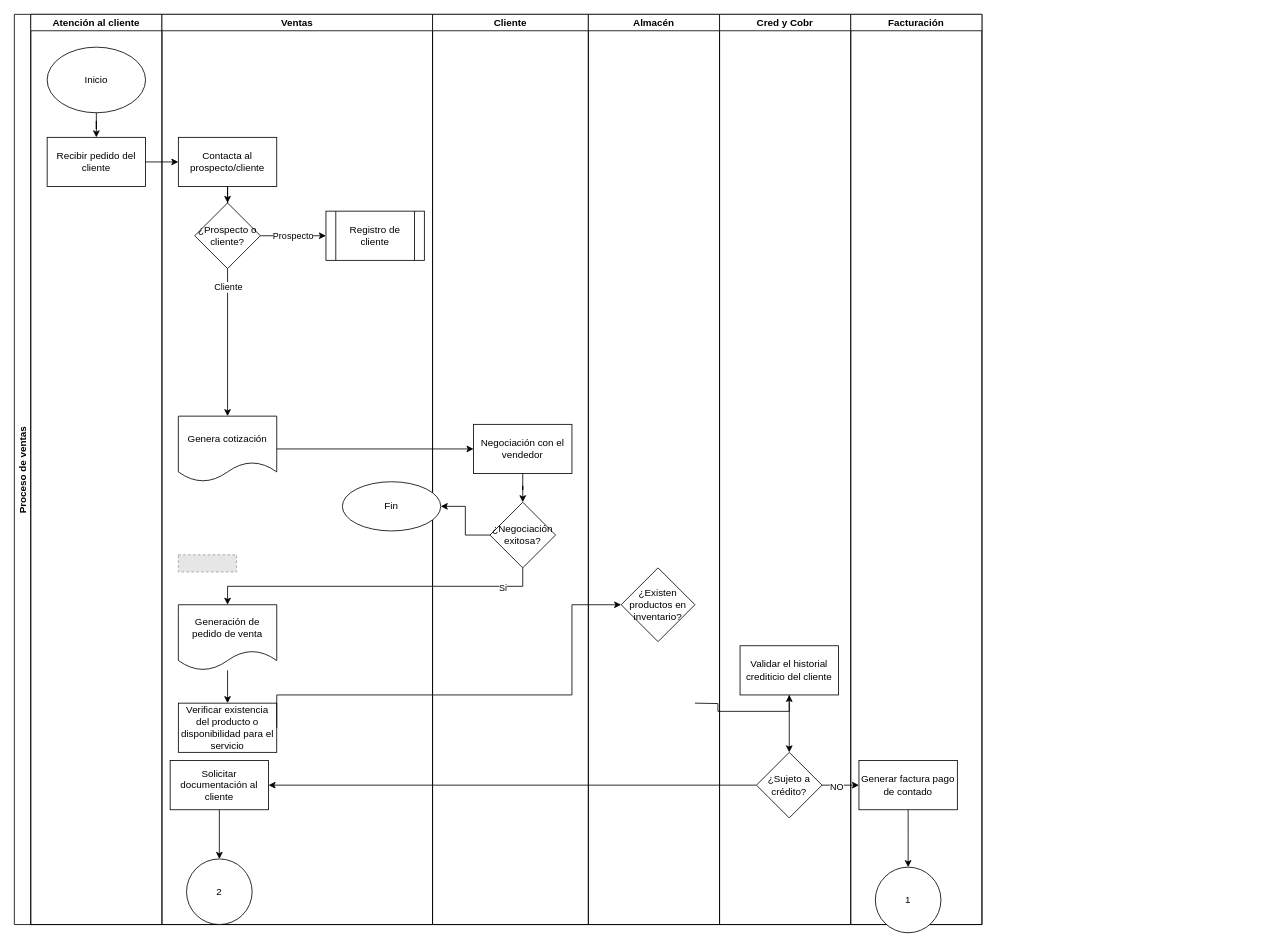
This is page "Page-1" (1 of 2) of 172285_Arandia_Proceso ventas (adaptado).drawio.drawio from FerAran/Flowchart, a draw.io file, before an edit. Source tidied: cells renumbered, new cells numbered last; positions are measured from the earlier drawing's top-left corner, leaving out a move shared by most shapes. Both pictures are drawn from the tidied source at 82%, with x=0, y=0 at pixel (14, 14). Pictures stored in the file or linked from it are replaced by grey dashed boxes.
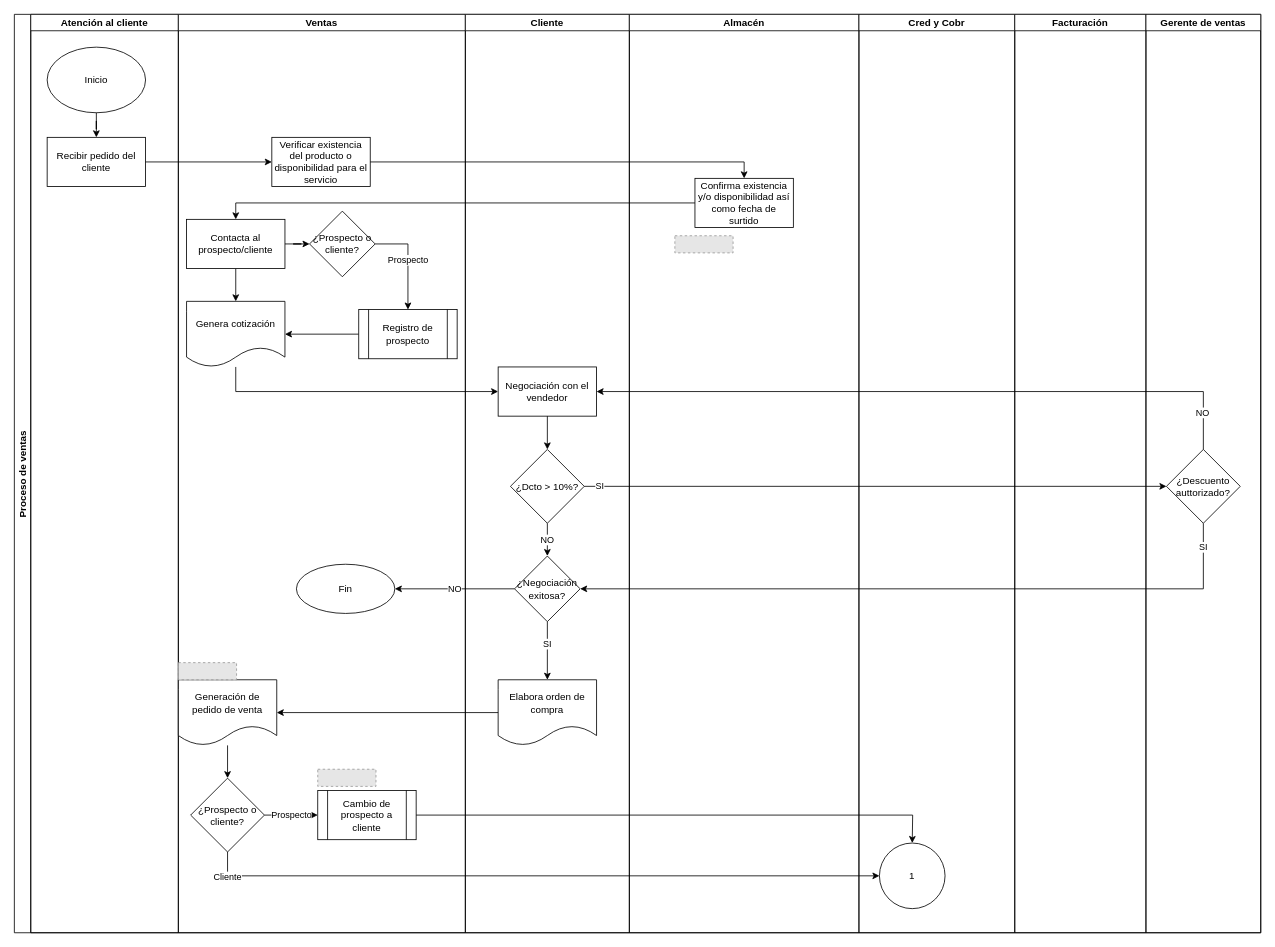
The same page after the edit.

Unchanged cells that the change refers to:
```xml
<mxCell id="5" value="Recibir pedido del cliente" style="whiteSpace=wrap;html=1;" parent="3" vertex="1">
  <mxGeometry x="20" y="150" width="120" height="60" as="geometry" />
</mxCell>
```

Change to the diagram source:
```diff
@@
     <mxCell id="2" value="Proceso de ventas" style="swimlane;startSize=20;horizontal=0;" parent="1" vertex="1">
-      <mxGeometry width="1180" height="1110" as="geometry" />
+      <mxGeometry width="1520" height="1120" as="geometry" />
     </mxCell>
     <mxCell id="3" value="Atención al cliente" style="swimlane;startSize=20;" parent="2" vertex="1">
-      <mxGeometry x="20" width="160" height="1110" as="geometry" />
+      <mxGeometry x="20" width="180" height="1120" as="geometry" />
     </mxCell>
@@
     <mxCell id="7" value="Ventas" style="swimlane;startSize=20;" parent="2" vertex="1">
-      <mxGeometry x="180" width="330" height="1110" as="geometry" />
+      <mxGeometry x="200" width="350" height="1120" as="geometry" />
     </mxCell>
-    <mxCell id="8" value="Contacta al prospecto/cliente" style="whiteSpace=wrap;html=1;" parent="7" vertex="1">
-      <mxGeometry x="20" y="150" width="120" height="60" as="geometry" />
-    </mxCell>
     <mxCell id="9" value="Genera cotización" style="shape=document;whiteSpace=wrap;html=1;boundedLbl=1;" parent="7" vertex="1">
-      <mxGeometry x="20" y="490" width="120" height="80" as="geometry" />
+      <mxGeometry x="10" y="350" width="120" height="80" as="geometry" />
     </mxCell>
-    <mxCell id="10" style="edgeStyle=orthogonalEdgeStyle;rounded=0;jettySize=auto;html=1;" parent="7" edge="1" source="11" target="22">
-      <mxGeometry relative="1" as="geometry" />
-    </mxCell>
+    <mxCell id="48" style="edgeStyle=orthogonalEdgeStyle;rounded=0;jettySize=auto;html=1;" parent="7" edge="1" source="11" target="52">
+      <mxGeometry relative="1" as="geometry" />
+    </mxCell>
     <mxCell id="11" value="Generación de pedido de venta" style="shape=document;whiteSpace=wrap;html=1;boundedLbl=1;" parent="7" vertex="1">
-      <mxGeometry x="20" y="720" width="120" height="80" as="geometry" />
+      <mxGeometry y="811.5" width="120" height="80" as="geometry" />
     </mxCell>
-    <mxCell id="12" style="edgeStyle=orthogonalEdgeStyle;rounded=0;jettySize=auto;html=1;" parent="7" edge="1" source="13" target="14">
-      <mxGeometry relative="1" as="geometry" />
-    </mxCell>
-    <mxCell id="13" value="Solicitar documentación al cliente" style="whiteSpace=wrap;html=1;" parent="7" vertex="1">
-      <mxGeometry x="10" y="910" width="120" height="60" as="geometry" />
-    </mxCell>
-    <mxCell id="14" value="2" style="ellipse;whiteSpace=wrap;html=1;" parent="7" vertex="1">
-      <mxGeometry x="30" y="1030" width="80" height="80" as="geometry" />
-    </mxCell>
-    <mxCell id="15" style="edgeStyle=orthogonalEdgeStyle;rounded=0;jettySize=auto;html=1;exitX=0.5;exitY=1;exitDx=0;exitDy=0;" parent="7" edge="1" source="17" target="9">
-      <mxGeometry relative="1" as="geometry" />
-    </mxCell>
-    <mxCell id="16" value="Cliente" style="edgeLabel;html=1;align=center;verticalAlign=middle;" parent="15" vertex="1">
-      <mxGeometry x="-0.76" relative="1" as="geometry" />
-    </mxCell>
     <mxCell id="17" value="¿Prospecto o cliente?" style="rhombus;whiteSpace=wrap;html=1;" parent="7" vertex="1">
-      <mxGeometry x="40" y="230" width="80" height="80" as="geometry" />
+      <mxGeometry x="160" y="240" width="80" height="80" as="geometry" />
     </mxCell>
-    <mxCell id="18" style="edgeStyle=orthogonalEdgeStyle;rounded=0;jettySize=auto;html=1;" parent="7" edge="1" source="8" target="17">
-      <mxGeometry relative="1" as="geometry" />
-    </mxCell>
+    <mxCell id="49" style="edgeStyle=orthogonalEdgeStyle;rounded=0;jettySize=auto;html=1;" parent="7" edge="1" source="19" target="9">
+      <mxGeometry relative="1" as="geometry" />
+    </mxCell>
-    <mxCell id="19" value="Registro de cliente" style="shape=process;whiteSpace=wrap;html=1;backgroundOutline=1;" parent="7" vertex="1">
-      <mxGeometry x="200" y="240" width="120" height="60" as="geometry" />
+    <mxCell id="19" value="Registro de prospecto" style="shape=process;whiteSpace=wrap;html=1;backgroundOutline=1;" parent="7" vertex="1">
+      <mxGeometry x="220" y="360" width="120" height="60" as="geometry" />
     </mxCell>
@@
     <mxCell id="21" style="fillColor=#E6E6E6;strokeColor=#999999;dashed=1;verticalLabelPosition=bottom;labelBackgroundColor=default;verticalAlign=top;" parent="7" vertex="1">
-      <mxGeometry x="20" y="659.1" width="71" height="20.9" as="geometry" />
+      <mxGeometry x="170" y="920.6" width="71" height="20.9" as="geometry" />
     </mxCell>
+    <mxCell id="18" style="edgeStyle=orthogonalEdgeStyle;rounded=0;jettySize=auto;html=1;" parent="7" edge="1" source="8" target="17">
+      <mxGeometry relative="1" as="geometry" />
+    </mxCell>
+    <mxCell id="50" style="edgeStyle=orthogonalEdgeStyle;rounded=0;jettySize=auto;html=1;" parent="7" edge="1" source="8" target="9">
+      <mxGeometry relative="1" as="geometry" />
+    </mxCell>
+    <mxCell id="8" value="Contacta al prospecto/cliente" style="whiteSpace=wrap;html=1;" parent="7" vertex="1">
+      <mxGeometry x="10" y="250" width="120" height="60" as="geometry" />
+    </mxCell>
     <mxCell id="22" value="Verificar existencia del producto o disponibilidad para el servicio" style="whiteSpace=wrap;html=1;" parent="7" vertex="1">
-      <mxGeometry x="20" y="840" width="120" height="60" as="geometry" />
+      <mxGeometry x="114" y="150" width="120" height="60" as="geometry" />
     </mxCell>
+    <mxCell id="47" value="Fin" style="ellipse;whiteSpace=wrap;html=1;" parent="7" vertex="1">
+      <mxGeometry x="144" y="670.6" width="120" height="60" as="geometry" />
+    </mxCell>
+    <mxCell id="51" value="Prospecto" style="edgeStyle=orthogonalEdgeStyle;rounded=0;jettySize=auto;html=1;" parent="7" edge="1" source="52" target="53">
+      <mxGeometry relative="1" as="geometry" />
+    </mxCell>
+    <mxCell id="52" value="¿Prospecto o cliente?" style="rhombus;whiteSpace=wrap;html=1;" parent="7" vertex="1">
+      <mxGeometry x="15" y="931.5" width="90" height="90" as="geometry" />
+    </mxCell>
+    <mxCell id="53" value="Cambio de prospecto a cliente" style="shape=process;whiteSpace=wrap;html=1;backgroundOutline=1;" parent="7" vertex="1">
+      <mxGeometry x="170" y="946.5" width="120" height="60" as="geometry" />
+    </mxCell>
+    <mxCell id="54" style="fillColor=#E6E6E6;strokeColor=#999999;dashed=1;verticalLabelPosition=bottom;labelBackgroundColor=default;verticalAlign=top;" parent="7" vertex="1">
+      <mxGeometry y="790.6" width="71" height="20.9" as="geometry" />
+    </mxCell>
     <mxCell id="23" value="Cliente" style="swimlane;startSize=20;" parent="2" vertex="1">
-      <mxGeometry x="510" width="190" height="1110" as="geometry" />
+      <mxGeometry x="550" width="200" height="1120" as="geometry" />
     </mxCell>
     <mxCell id="24" value="Negociación con el vendedor" style="whiteSpace=wrap;html=1;" parent="23" vertex="1">
-      <mxGeometry x="50" y="500" width="120" height="60" as="geometry" />
+      <mxGeometry x="40" y="430" width="120" height="60" as="geometry" />
     </mxCell>
+    <mxCell id="55" style="edgeStyle=orthogonalEdgeStyle;rounded=0;jettySize=auto;html=1;" parent="23" edge="1" source="25" target="57">
+      <mxGeometry relative="1" as="geometry" />
+    </mxCell>
+    <mxCell id="56" value="SI" style="edgeLabel;html=1;align=center;verticalAlign=middle;" parent="55" vertex="1">
+      <mxGeometry x="-0.24" y="-1" relative="1" as="geometry" />
+    </mxCell>
     <mxCell id="25" value="¿Negociación exitosa?" style="rhombus;whiteSpace=wrap;html=1;" parent="23" vertex="1">
-      <mxGeometry x="70" y="595" width="80" height="80" as="geometry" />
+      <mxGeometry x="60" y="660.6" width="80" height="80" as="geometry" />
     </mxCell>
-    <mxCell id="26" style="edgeStyle=orthogonalEdgeStyle;rounded=0;jettySize=auto;html=1;" parent="23" edge="1" source="24" target="25">
-      <mxGeometry relative="1" as="geometry" />
-    </mxCell>
+    <mxCell id="57" value="Elabora orden de compra" style="shape=document;whiteSpace=wrap;html=1;boundedLbl=1;" parent="23" vertex="1">
+      <mxGeometry x="40" y="811.5" width="120" height="80" as="geometry" />
+    </mxCell>
+    <mxCell id="58" value="NO" style="edgeStyle=orthogonalEdgeStyle;rounded=0;jettySize=auto;html=1;" parent="23" edge="1" source="59" target="25">
+      <mxGeometry relative="1" as="geometry" />
+    </mxCell>
+    <mxCell id="59" value="¿Dcto &amp;gt; 10%?" style="rhombus;whiteSpace=wrap;html=1;" parent="23" vertex="1">
+      <mxGeometry x="55" y="530.6" width="90" height="90" as="geometry" />
+    </mxCell>
+    <mxCell id="60" style="edgeStyle=orthogonalEdgeStyle;rounded=0;jettySize=auto;html=1;entryX=0.5;entryY=0;entryDx=0;entryDy=0;" parent="23" edge="1" source="24" target="59">
+      <mxGeometry relative="1" as="geometry" />
+    </mxCell>
+    <mxCell id="46" value="NO" style="edgeStyle=orthogonalEdgeStyle;rounded=0;jettySize=auto;html=1;" parent="2" edge="1" source="25" target="47">
+      <mxGeometry relative="1" as="geometry" />
+    </mxCell>
+    <mxCell id="61" style="edgeStyle=orthogonalEdgeStyle;rounded=0;jettySize=auto;html=1;entryX=1;entryY=0.5;entryDx=0;entryDy=0;" parent="2" edge="1" source="57" target="11">
+      <mxGeometry relative="1" as="geometry" />
+    </mxCell>
+    <mxCell id="16" value="Cliente" style="edgeStyle=orthogonalEdgeStyle;rounded=0;jettySize=auto;html=1;entryX=0;entryY=0.5;entryDx=0;entryDy=0;exitX=0.5;exitY=1;exitDx=0;exitDy=0;" parent="2" edge="1" source="52">
+      <mxGeometry x="-0.93" relative="1" as="geometry">
+        <mxPoint x="1055" y="1050.6" as="targetPoint" />
+        <Array as="points">
+          <mxPoint x="260" y="1050.6" />
+          <mxPoint x="1055" y="1050.6" />
+        </Array>
+        <mxPoint y="1" as="offset" />
+      </mxGeometry>
+    </mxCell>
+    <mxCell id="62" style="edgeStyle=orthogonalEdgeStyle;rounded=0;jettySize=auto;html=1;exitX=1;exitY=0.5;exitDx=0;exitDy=0;entryX=0.5;entryY=0;entryDx=0;entryDy=0;" parent="2" edge="1" source="53">
+      <mxGeometry relative="1" as="geometry">
+        <mxPoint x="1095" y="1010.6" as="targetPoint" />
+      </mxGeometry>
+    </mxCell>
+    <mxCell id="63" style="edgeStyle=orthogonalEdgeStyle;rounded=0;jettySize=auto;html=1;entryX=0;entryY=0.5;entryDx=0;entryDy=0;" parent="2" edge="1" source="59" target="69">
+      <mxGeometry relative="1" as="geometry" />
+    </mxCell>
+    <mxCell id="64" value="SI" style="edgeLabel;html=1;align=center;verticalAlign=middle;" parent="63" vertex="1">
+      <mxGeometry x="-0.95" y="1" relative="1" as="geometry" />
+    </mxCell>
+    <mxCell id="65" value="SI" style="edgeStyle=orthogonalEdgeStyle;rounded=0;jettySize=auto;html=1;entryX=1;entryY=0.5;entryDx=0;entryDy=0;exitX=0.5;exitY=1;exitDx=0;exitDy=0;" parent="2" edge="1" source="69" target="25">
+      <mxGeometry x="-0.93" relative="1" as="geometry">
+        <Array as="points">
+          <mxPoint x="1450" y="701" />
+        </Array>
+      </mxGeometry>
+    </mxCell>
+    <mxCell id="33" value="Almacén" style="swimlane;startSize=20;" parent="2" vertex="1">
+      <mxGeometry x="750" width="280" height="1120" as="geometry" />
+    </mxCell>
+    <mxCell id="66" value="Confirma existencia y/o disponibilidad así como fecha de surtido" style="whiteSpace=wrap;html=1;" parent="33" vertex="1">
+      <mxGeometry x="80" y="200" width="120" height="60" as="geometry" />
+    </mxCell>
+    <mxCell id="67" style="fillColor=#E6E6E6;strokeColor=#999999;dashed=1;verticalLabelPosition=bottom;labelBackgroundColor=default;verticalAlign=top;" parent="33" vertex="1">
+      <mxGeometry x="55.5" y="270" width="71" height="20.9" as="geometry" />
+    </mxCell>
+    <mxCell id="35" value="Cred y Cobr" style="swimlane;startSize=20;" parent="2" vertex="1">
+      <mxGeometry x="1030" width="190" height="1120" as="geometry" />
+    </mxCell>
+    <mxCell id="42" value="1" style="ellipse;whiteSpace=wrap;html=1;" parent="35" vertex="1">
+      <mxGeometry x="25" y="1010.6" width="80" height="80" as="geometry" />
+    </mxCell>
+    <mxCell id="39" value="Facturación" style="swimlane;startSize=20;" parent="2" vertex="1">
+      <mxGeometry x="1220" width="160" height="1120" as="geometry" />
+    </mxCell>
+    <mxCell id="68" value="Gerente de ventas" style="swimlane;startSize=20;" parent="2" vertex="1">
+      <mxGeometry x="1380" width="140" height="1120" as="geometry" />
+    </mxCell>
+    <mxCell id="69" value="¿Descuento auttorizado?" style="rhombus;whiteSpace=wrap;html=1;" parent="68" vertex="1">
+      <mxGeometry x="25" y="530.6" width="90" height="90" as="geometry" />
+    </mxCell>
+    <mxCell id="70" style="edgeStyle=orthogonalEdgeStyle;rounded=0;jettySize=auto;html=1;exitX=1;exitY=0.5;exitDx=0;exitDy=0;entryX=0.5;entryY=0;entryDx=0;entryDy=0;" parent="2" edge="1" source="22" target="66">
+      <mxGeometry relative="1" as="geometry">
+        <Array as="points">
+          <mxPoint x="890" y="180" />
+        </Array>
+      </mxGeometry>
+    </mxCell>
+    <mxCell id="71" style="edgeStyle=orthogonalEdgeStyle;rounded=0;jettySize=auto;html=1;" parent="2" edge="1" source="5" target="22">
+      <mxGeometry relative="1" as="geometry" />
+    </mxCell>
+    <mxCell id="72" style="edgeStyle=orthogonalEdgeStyle;rounded=0;jettySize=auto;html=1;exitX=0;exitY=0.5;exitDx=0;exitDy=0;entryX=0.5;entryY=0;entryDx=0;entryDy=0;" parent="2" edge="1" source="66" target="8">
+      <mxGeometry relative="1" as="geometry" />
+    </mxCell>
-    <mxCell id="27" style="edgeStyle=orthogonalEdgeStyle;rounded=0;jettySize=auto;html=1;" parent="2" edge="1" source="9" target="24">
-      <mxGeometry relative="1" as="geometry" />
+    <mxCell id="27" style="edgeStyle=orthogonalEdgeStyle;rounded=0;jettySize=auto;html=1;entryX=0;entryY=0.5;entryDx=0;entryDy=0;" parent="2" edge="1" source="9" target="24">
+      <mxGeometry relative="1" as="geometry">
+        <Array as="points">
+          <mxPoint x="270" y="460" />
+        </Array>
+      </mxGeometry>
     </mxCell>
-    <mxCell id="28" style="edgeStyle=orthogonalEdgeStyle;rounded=0;jettySize=auto;html=1;exitX=1;exitY=0.5;exitDx=0;exitDy=0;" parent="2" edge="1" source="22">
-      <mxGeometry relative="1" as="geometry">
-        <mxPoint x="740" y="720" as="targetPoint" />
-        <Array as="points">
-          <mxPoint x="680" y="830" />
-          <mxPoint x="680" y="720" />
-        </Array>
-      </mxGeometry>
-    </mxCell>
-    <mxCell id="29" style="edgeStyle=orthogonalEdgeStyle;rounded=0;jettySize=auto;html=1;" parent="2" edge="1" target="36">
-      <mxGeometry relative="1" as="geometry">
-        <mxPoint x="830" y="840" as="sourcePoint" />
-      </mxGeometry>
-    </mxCell>
-    <mxCell id="30" style="edgeStyle=orthogonalEdgeStyle;rounded=0;jettySize=auto;html=1;" parent="2" edge="1" source="37" target="41">
-      <mxGeometry relative="1" as="geometry" />
-    </mxCell>
+    <mxCell id="73" style="edgeStyle=orthogonalEdgeStyle;rounded=0;jettySize=auto;html=1;entryX=1;entryY=0.5;entryDx=0;entryDy=0;exitX=0.5;exitY=0;exitDx=0;exitDy=0;" parent="2" edge="1" source="69" target="24">
+      <mxGeometry relative="1" as="geometry">
+        <Array as="points">
+          <mxPoint x="1450" y="460" />
+        </Array>
+      </mxGeometry>
+    </mxCell>
-    <mxCell id="31" value="NO" style="edgeLabel;html=1;align=center;verticalAlign=middle;" parent="30" vertex="1">
-      <mxGeometry x="-0.24" y="-1" relative="1" as="geometry" />
+    <mxCell id="31" value="NO" style="edgeLabel;html=1;align=center;verticalAlign=middle;" parent="73" vertex="1">
+      <mxGeometry x="-0.89" y="2" relative="1" as="geometry" />
     </mxCell>
-    <mxCell id="32" style="edgeStyle=orthogonalEdgeStyle;rounded=0;jettySize=auto;html=1;" parent="2" edge="1" source="37" target="13">
-      <mxGeometry relative="1" as="geometry" />
-    </mxCell>
-    <mxCell id="33" value="Almacén" style="swimlane;startSize=20;" parent="2" vertex="1">
-      <mxGeometry x="700" width="160" height="1110" as="geometry" />
-    </mxCell>
-    <mxCell id="34" value="¿Existen productos en inventario?" style="rhombus;whiteSpace=wrap;html=1;" parent="33" vertex="1">
-      <mxGeometry x="40" y="675" width="90" height="90" as="geometry" />
-    </mxCell>
-    <mxCell id="35" value="Cred y Cobr" style="swimlane;startSize=20;" parent="2" vertex="1">
-      <mxGeometry x="860" width="160" height="1110" as="geometry" />
-    </mxCell>
-    <mxCell id="36" value="Validar el historial crediticio del cliente" style="whiteSpace=wrap;html=1;" parent="35" vertex="1">
-      <mxGeometry x="25" y="770" width="120" height="60" as="geometry" />
-    </mxCell>
-    <mxCell id="37" value="¿Sujeto a crédito?" style="rhombus;whiteSpace=wrap;html=1;" parent="35" vertex="1">
-      <mxGeometry x="45" y="900" width="80" height="80" as="geometry" />
-    </mxCell>
-    <mxCell id="38" style="edgeStyle=orthogonalEdgeStyle;rounded=0;jettySize=auto;html=1;" parent="35" edge="1" source="36" target="37">
-      <mxGeometry relative="1" as="geometry" />
-    </mxCell>
-    <mxCell id="39" value="Facturación" style="swimlane;startSize=20;" parent="2" vertex="1">
-      <mxGeometry x="1020" width="160" height="1110" as="geometry" />
-    </mxCell>
-    <mxCell id="40" style="edgeStyle=orthogonalEdgeStyle;rounded=0;jettySize=auto;html=1;" parent="39" edge="1" source="41">
-      <mxGeometry relative="1" as="geometry">
-        <mxPoint x="70" y="1040" as="targetPoint" />
-      </mxGeometry>
-    </mxCell>
-    <mxCell id="41" value="Generar factura pago de contado" style="whiteSpace=wrap;html=1;" parent="39" vertex="1">
-      <mxGeometry x="10" y="910" width="120" height="60" as="geometry" />
-    </mxCell>
-    <mxCell id="42" value="1" style="ellipse;whiteSpace=wrap;html=1;" parent="39" vertex="1">
-      <mxGeometry x="30" y="1040" width="80" height="80" as="geometry" />
-    </mxCell>
-    <mxCell id="43" style="edgeStyle=orthogonalEdgeStyle;rounded=0;jettySize=auto;html=1;" parent="2" edge="1" source="5" target="8">
-      <mxGeometry relative="1" as="geometry" />
-    </mxCell>
-    <mxCell id="44" style="edgeStyle=orthogonalEdgeStyle;rounded=0;jettySize=auto;html=1;exitX=0.5;exitY=1;exitDx=0;exitDy=0;entryX=0.5;entryY=0;entryDx=0;entryDy=0;" parent="2" edge="1" source="25" target="11">
-      <mxGeometry relative="1" as="geometry" />
-    </mxCell>
-    <mxCell id="45" value="Si" style="edgeLabel;html=1;align=center;verticalAlign=middle;" parent="44" vertex="1">
-      <mxGeometry x="-0.77" y="2" relative="1" as="geometry" />
-    </mxCell>
-    <mxCell id="46" style="edgeStyle=orthogonalEdgeStyle;rounded=0;jettySize=auto;html=1;" parent="1" edge="1" source="25" target="47">
-      <mxGeometry relative="1" as="geometry" />
-    </mxCell>
-    <mxCell id="47" value="Fin" style="ellipse;whiteSpace=wrap;html=1;" parent="1" vertex="1">
-      <mxGeometry x="400" y="570" width="120" height="60" as="geometry" />
-    </mxCell>
```
